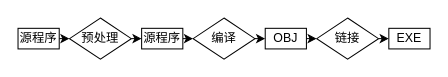
cs-course/marp-public keeps this draw.io diagram as images/macro_in_compiling.drawio. Above is the earlier version. Source tidied: cells renumbered, new cells numbered last; positions are measured from the earlier drawing's top-left corner, leaving out a move shared by most shapes. Both pictures are drawn from the tidied source at 103%, with x=0, y=0 at pixel (18, 18).
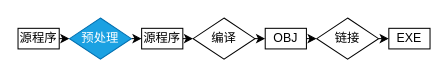
The same page after the edit.

What changed in the source:
```diff
@@
 <mxGraphModel>
   <root>
     <mxCell id="0" />
     <mxCell id="1" parent="0" />
     <mxCell id="2" style="edgeStyle=none;html=1;" parent="1" edge="1" source="3" target="10">
       <mxGeometry relative="1" as="geometry" />
     </mxCell>
     <mxCell id="3" value="源程序" style="rounded=0;whiteSpace=wrap;html=1;" parent="1" vertex="1">
       <mxGeometry y="10" width="40" height="20" as="geometry" />
     </mxCell>
     <mxCell id="4" style="edgeStyle=none;html=1;" parent="1" edge="1" source="5" target="12">
       <mxGeometry relative="1" as="geometry" />
     </mxCell>
     <mxCell id="5" value="源程序" style="rounded=0;whiteSpace=wrap;html=1;" parent="1" vertex="1">
       <mxGeometry x="120" y="10" width="40" height="20" as="geometry" />
     </mxCell>
     <mxCell id="6" style="edgeStyle=none;html=1;" parent="1" edge="1" source="7" target="14">
       <mxGeometry relative="1" as="geometry" />
     </mxCell>
     <mxCell id="7" value="OBJ" style="rounded=0;whiteSpace=wrap;html=1;" parent="1" vertex="1">
       <mxGeometry x="240" y="10" width="40" height="20" as="geometry" />
     </mxCell>
     <mxCell id="8" value="EXE" style="rounded=0;whiteSpace=wrap;html=1;" parent="1" vertex="1">
       <mxGeometry x="360" y="10" width="40" height="20" as="geometry" />
     </mxCell>
     <mxCell id="9" style="edgeStyle=none;html=1;exitX=1;exitY=0.5;exitDx=0;exitDy=0;entryX=0;entryY=0.5;entryDx=0;entryDy=0;" parent="1" edge="1" source="10" target="5">
       <mxGeometry relative="1" as="geometry" />
     </mxCell>
-    <mxCell id="10" value="预处理" style="rhombus;whiteSpace=wrap;html=1;" parent="1" vertex="1">
+    <mxCell id="10" value="预处理" style="rhombus;whiteSpace=wrap;html=1;fillColor=#1ba1e2;fontColor=#ffffff;strokeColor=#006EAF;" parent="1" vertex="1">
       <mxGeometry x="50" width="60" height="40" as="geometry" />
     </mxCell>
     <mxCell id="11" style="edgeStyle=none;html=1;" parent="1" edge="1" source="12">
       <mxGeometry relative="1" as="geometry">
         <mxPoint x="240" y="20" as="targetPoint" />
       </mxGeometry>
     </mxCell>
     <mxCell id="12" value="编译" style="rhombus;whiteSpace=wrap;html=1;" parent="1" vertex="1">
       <mxGeometry x="170" width="60" height="40" as="geometry" />
     </mxCell>
     <mxCell id="13" style="edgeStyle=none;html=1;" parent="1" edge="1" source="14" target="8">
       <mxGeometry relative="1" as="geometry" />
     </mxCell>
     <mxCell id="14" value="链接" style="rhombus;whiteSpace=wrap;html=1;" parent="1" vertex="1">
       <mxGeometry x="290" width="60" height="40" as="geometry" />
     </mxCell>
   </root>
 </mxGraphModel>
```
